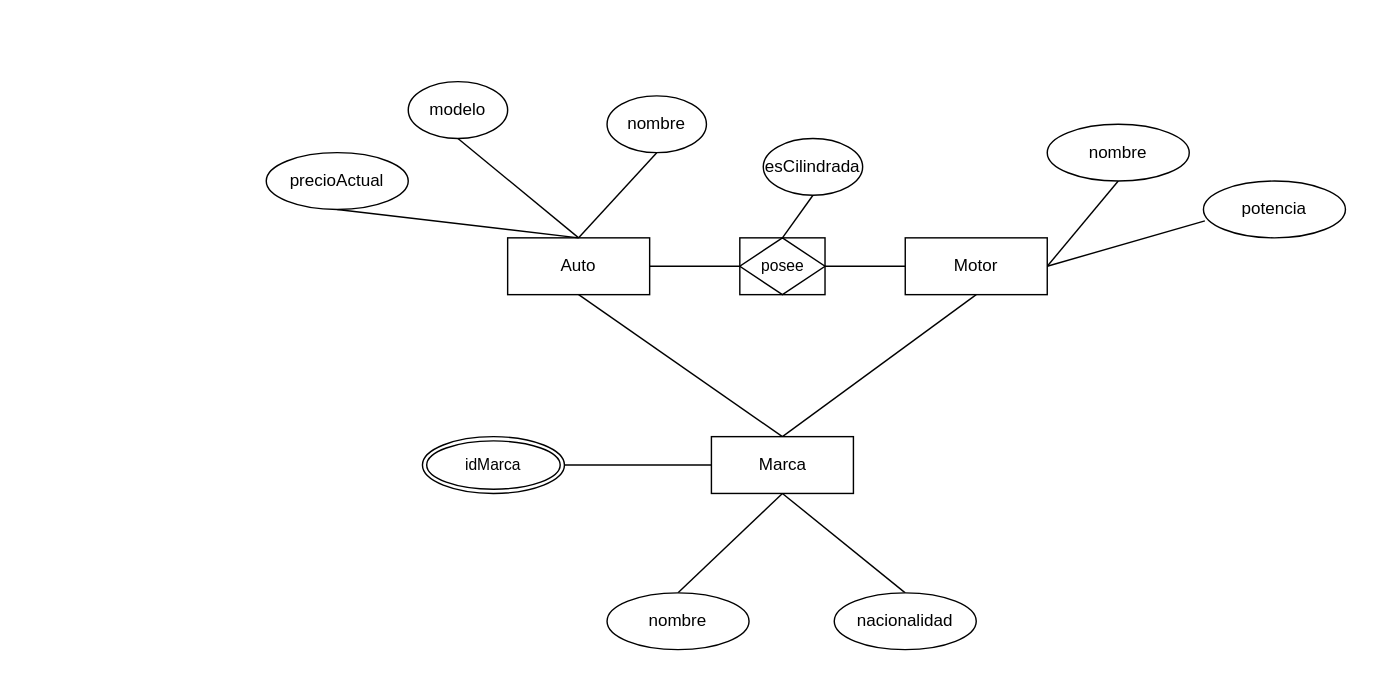
The draw.io diagram BaseDeDatos/ej8.drawio in Donnie-MS/DiagramasUML-BaseDeDatos-Objetos2, before the edit. Source tidied: cells renumbered, new cells numbered last; positions are measured from the earlier drawing's top-left corner, leaving out a move shared by most shapes. Both pictures are drawn from the tidied source at 142%, with x=0, y=0 at pixel (266, 81).
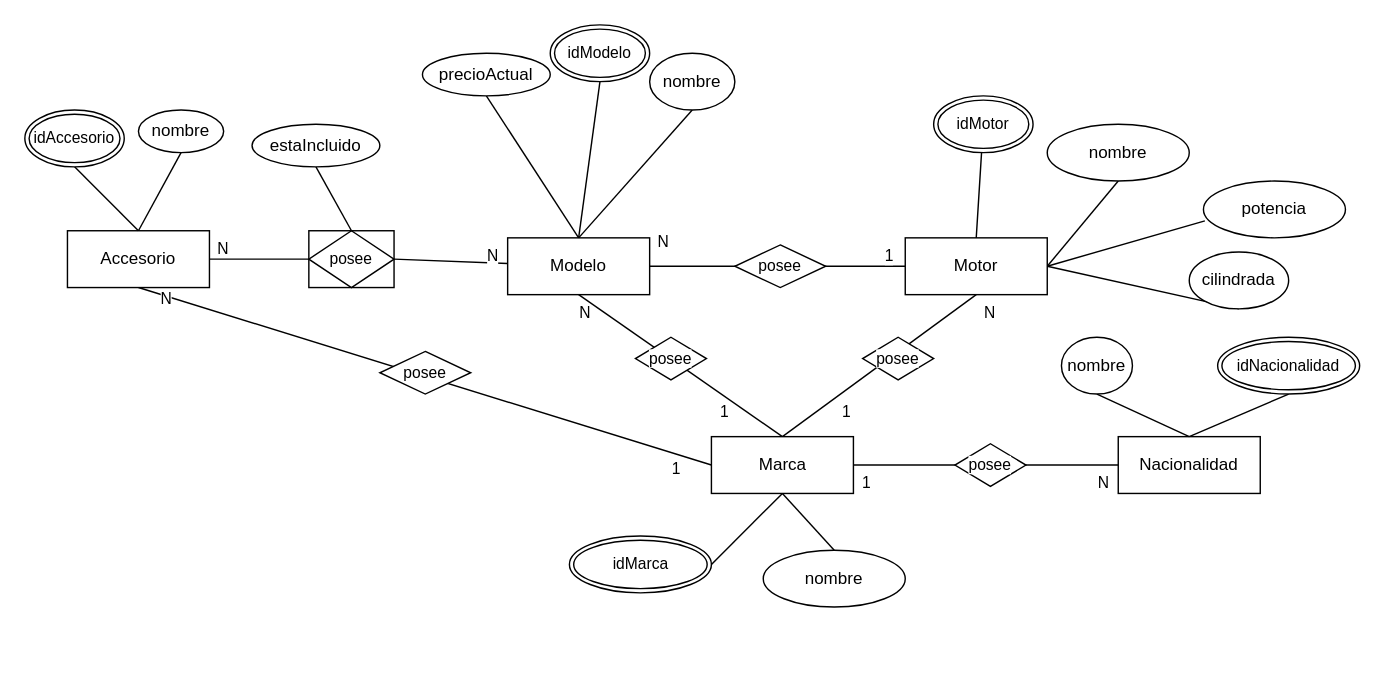
Above is the later version.

The change refers to these unchanged cells:
```xml
<mxCell id="12" value="Motor" style="whiteSpace=wrap;html=1;align=center;" parent="1" vertex="1">
  <mxGeometry x="450" y="110" width="100" height="40" as="geometry" />
</mxCell>
<mxCell id="21" value="Marca" style="whiteSpace=wrap;html=1;align=center;" parent="1" vertex="1">
  <mxGeometry x="313.5" y="250" width="100" height="40" as="geometry" />
</mxCell>
```

The edit, as a diff of the source:
```diff
@@
-    <mxCell id="2" style="edgeStyle=none;shape=connector;rounded=0;jettySize=auto;html=1;exitX=1;exitY=0.5;exitDx=0;exitDy=0;entryX=0;entryY=0.5;entryDx=0;entryDy=0;strokeColor=default;align=center;verticalAlign=middle;fontFamily=Helvetica;fontSize=11;fontColor=default;labelBackgroundColor=default;endArrow=none;" parent="1" edge="1" source="16" target="12">
-      <mxGeometry relative="1" as="geometry" />
+    <mxCell id="2" style="edgeStyle=none;shape=connector;rounded=0;jettySize=auto;html=1;exitX=1;exitY=0.5;exitDx=0;exitDy=0;entryX=0;entryY=0.5;entryDx=0;entryDy=0;strokeColor=default;align=center;verticalAlign=middle;fontFamily=Helvetica;fontSize=11;fontColor=default;labelBackgroundColor=default;endArrow=none;" parent="1" edge="1" target="12">
+      <mxGeometry relative="1" as="geometry">
+        <mxPoint x="393.5" y="130" as="sourcePoint" />
+      </mxGeometry>
     </mxCell>
-    <mxCell id="3" value="Auto" style="whiteSpace=wrap;html=1;align=center;" parent="1" vertex="1">
+    <mxCell id="3" value="Modelo" style="whiteSpace=wrap;html=1;align=center;" parent="1" vertex="1">
       <mxGeometry x="170" y="110" width="100" height="40" as="geometry" />
     </mxCell>
-    <mxCell id="4" style="edgeStyle=none;shape=connector;rounded=0;jettySize=auto;html=1;exitX=0.5;exitY=1;exitDx=0;exitDy=0;entryX=0.5;entryY=0;entryDx=0;entryDy=0;strokeColor=default;align=center;verticalAlign=middle;fontFamily=Helvetica;fontSize=11;fontColor=default;labelBackgroundColor=default;endArrow=none;" parent="1" edge="1" source="5" target="3">
+    <mxCell id="4" style="edgeStyle=none;shape=connector;rounded=0;jettySize=auto;html=1;exitX=0.5;exitY=1;exitDx=0;exitDy=0;entryX=0.5;entryY=0;entryDx=0;entryDy=0;strokeColor=default;align=center;verticalAlign=middle;fontFamily=Helvetica;fontSize=11;fontColor=default;labelBackgroundColor=default;endArrow=none;" parent="1" edge="1" source="39" target="3">
       <mxGeometry relative="1" as="geometry" />
     </mxCell>
-    <mxCell id="5" value="modelo" style="ellipse;whiteSpace=wrap;html=1;align=center;" parent="1" vertex="1">
-      <mxGeometry x="100" width="70" height="40" as="geometry" />
-    </mxCell>
@@
     <mxCell id="7" value="nombre" style="ellipse;whiteSpace=wrap;html=1;align=center;" parent="1" vertex="1">
-      <mxGeometry x="240" y="10" width="70" height="40" as="geometry" />
+      <mxGeometry x="270" y="-20" width="60" height="40" as="geometry" />
     </mxCell>
@@
     <mxCell id="9" value="precioActual" style="ellipse;whiteSpace=wrap;html=1;align=center;" parent="1" vertex="1">
-      <mxGeometry y="50" width="100" height="40" as="geometry" />
+      <mxGeometry x="110" y="-20" width="90" height="30" as="geometry" />
     </mxCell>
@@
-    <mxCell id="15" style="edgeStyle=none;shape=connector;rounded=0;jettySize=auto;html=1;exitX=1;exitY=0.5;exitDx=0;exitDy=0;entryX=0;entryY=0.5;entryDx=0;entryDy=0;strokeColor=default;align=center;verticalAlign=middle;fontFamily=Helvetica;fontSize=11;fontColor=default;labelBackgroundColor=default;endArrow=none;" parent="1" edge="1" source="3" target="16">
-      <mxGeometry relative="1" as="geometry" />
+    <mxCell id="15" style="edgeStyle=none;shape=connector;rounded=0;jettySize=auto;html=1;exitX=1;exitY=0.5;exitDx=0;exitDy=0;entryX=0;entryY=0.5;entryDx=0;entryDy=0;strokeColor=default;align=center;verticalAlign=middle;fontFamily=Helvetica;fontSize=11;fontColor=default;labelBackgroundColor=default;endArrow=none;" parent="1" edge="1" source="3">
+      <mxGeometry relative="1" as="geometry">
+        <mxPoint x="333.5" y="130" as="targetPoint" />
+      </mxGeometry>
     </mxCell>
-    <mxCell id="16" value="posee" style="shape=associativeEntity;whiteSpace=wrap;html=1;align=center;fontFamily=Helvetica;fontSize=11;fontColor=default;labelBackgroundColor=default;" parent="1" vertex="1">
-      <mxGeometry x="333.5" y="110" width="60" height="40" as="geometry" />
-    </mxCell>
-    <mxCell id="17" style="edgeStyle=none;shape=connector;rounded=0;jettySize=auto;html=1;exitX=0.5;exitY=1;exitDx=0;exitDy=0;entryX=0.5;entryY=0;entryDx=0;entryDy=0;strokeColor=default;align=center;verticalAlign=middle;fontFamily=Helvetica;fontSize=11;fontColor=default;labelBackgroundColor=default;endArrow=none;" parent="1" edge="1" source="18" target="16">
+    <mxCell id="17" style="edgeStyle=none;shape=connector;rounded=0;jettySize=auto;html=1;exitX=0.5;exitY=1;exitDx=0;exitDy=0;entryX=1;entryY=0.5;entryDx=0;entryDy=0;strokeColor=default;align=center;verticalAlign=middle;fontFamily=Helvetica;fontSize=11;fontColor=default;labelBackgroundColor=default;endArrow=none;" parent="1" edge="1" source="18" target="12">
       <mxGeometry relative="1" as="geometry" />
     </mxCell>
-    <mxCell id="18" value="esCilindrada" style="ellipse;whiteSpace=wrap;html=1;align=center;" parent="1" vertex="1">
-      <mxGeometry x="350" y="40" width="70" height="40" as="geometry" />
+    <mxCell id="18" value="cilindrada" style="ellipse;whiteSpace=wrap;html=1;align=center;" parent="1" vertex="1">
+      <mxGeometry x="650" y="120" width="70" height="40" as="geometry" />
     </mxCell>
@@
     <mxCell id="23" value="nombre" style="ellipse;whiteSpace=wrap;html=1;align=center;" parent="1" vertex="1">
-      <mxGeometry x="240" y="360" width="100" height="40" as="geometry" />
+      <mxGeometry x="350" y="330" width="100" height="40" as="geometry" />
     </mxCell>
-    <mxCell id="24" style="edgeStyle=none;shape=connector;rounded=0;jettySize=auto;html=1;exitX=1;exitY=0.5;exitDx=0;exitDy=0;strokeColor=default;align=center;verticalAlign=middle;fontFamily=Helvetica;fontSize=11;fontColor=default;labelBackgroundColor=default;endArrow=none;entryX=0;entryY=0.5;entryDx=0;entryDy=0;" parent="1" edge="1" source="25" target="21">
+    <mxCell id="24" style="edgeStyle=none;shape=connector;rounded=0;jettySize=auto;html=1;exitX=1;exitY=0.5;exitDx=0;exitDy=0;strokeColor=default;align=center;verticalAlign=middle;fontFamily=Helvetica;fontSize=11;fontColor=default;labelBackgroundColor=default;endArrow=none;entryX=0.5;entryY=1;entryDx=0;entryDy=0;" parent="1" edge="1" source="25" target="21">
       <mxGeometry relative="1" as="geometry" />
     </mxCell>
     <mxCell id="25" value="idMarca" style="ellipse;shape=doubleEllipse;margin=3;whiteSpace=wrap;html=1;align=center;fontFamily=Helvetica;fontSize=11;fontColor=default;labelBackgroundColor=default;" parent="1" vertex="1">
-      <mxGeometry x="110" y="250" width="100" height="40" as="geometry" />
+      <mxGeometry x="213.5" y="320" width="100" height="40" as="geometry" />
     </mxCell>
-    <mxCell id="26" style="edgeStyle=none;shape=connector;rounded=0;jettySize=auto;html=1;exitX=0.5;exitY=0;exitDx=0;exitDy=0;entryX=0.5;entryY=1;entryDx=0;entryDy=0;strokeColor=default;align=center;verticalAlign=middle;fontFamily=Helvetica;fontSize=11;fontColor=default;labelBackgroundColor=default;endArrow=none;" parent="1" edge="1" source="27" target="21">
+    <mxCell id="26" style="edgeStyle=none;shape=connector;rounded=0;jettySize=auto;html=1;exitX=0;exitY=0.5;exitDx=0;exitDy=0;entryX=1;entryY=0.5;entryDx=0;entryDy=0;strokeColor=default;align=center;verticalAlign=middle;fontFamily=Helvetica;fontSize=11;fontColor=default;labelBackgroundColor=default;endArrow=none;" parent="1" edge="1" source="49" target="21">
       <mxGeometry relative="1" as="geometry" />
     </mxCell>
-    <mxCell id="27" value="nacionalidad" style="ellipse;whiteSpace=wrap;html=1;align=center;" parent="1" vertex="1">
-      <mxGeometry x="400" y="360" width="100" height="40" as="geometry" />
-    </mxCell>
+    <mxCell id="28" style="edgeStyle=none;shape=connector;rounded=0;jettySize=auto;html=1;exitX=0.5;exitY=0;exitDx=0;exitDy=0;entryX=0.5;entryY=1;entryDx=0;entryDy=0;strokeColor=default;align=center;verticalAlign=middle;fontFamily=Helvetica;fontSize=11;fontColor=default;labelBackgroundColor=default;endArrow=none;" parent="1" edge="1" target="29">
+      <mxGeometry relative="1" as="geometry">
+        <mxPoint x="630" y="270" as="sourcePoint" />
+      </mxGeometry>
+    </mxCell>
+    <mxCell id="29" value="Nacionalidad" style="whiteSpace=wrap;html=1;align=center;" parent="1" vertex="1">
+      <mxGeometry x="600" y="250" width="100" height="40" as="geometry" />
+    </mxCell>
+    <mxCell id="30" style="edgeStyle=none;shape=connector;rounded=0;jettySize=auto;html=1;exitX=0.5;exitY=1;exitDx=0;exitDy=0;entryX=0.5;entryY=0;entryDx=0;entryDy=0;strokeColor=default;align=center;verticalAlign=middle;fontFamily=Helvetica;fontSize=11;fontColor=default;labelBackgroundColor=default;endArrow=none;" parent="1" edge="1" source="31" target="29">
+      <mxGeometry relative="1" as="geometry" />
+    </mxCell>
+    <mxCell id="31" value="nombre" style="ellipse;whiteSpace=wrap;html=1;align=center;" parent="1" vertex="1">
+      <mxGeometry x="560" y="180" width="50" height="40" as="geometry" />
+    </mxCell>
+    <mxCell id="32" style="edgeStyle=none;shape=connector;rounded=0;orthogonalLoop=1;jettySize=auto;html=1;exitX=1;exitY=0.5;exitDx=0;exitDy=0;strokeColor=default;align=center;verticalAlign=middle;fontFamily=Helvetica;fontSize=11;fontColor=default;labelBackgroundColor=default;endArrow=none;" parent="1" edge="1" source="31" target="31">
+      <mxGeometry relative="1" as="geometry" />
+    </mxCell>
+    <mxCell id="33" style="edgeStyle=none;shape=connector;rounded=0;jettySize=auto;html=1;exitX=0.5;exitY=1;exitDx=0;exitDy=0;entryX=0.5;entryY=0;entryDx=0;entryDy=0;strokeColor=default;align=center;verticalAlign=middle;fontFamily=Helvetica;fontSize=11;fontColor=default;labelBackgroundColor=default;endArrow=none;" parent="1" edge="1" source="34" target="29">
+      <mxGeometry relative="1" as="geometry" />
+    </mxCell>
+    <mxCell id="34" value="idNacionalidad" style="ellipse;shape=doubleEllipse;margin=3;whiteSpace=wrap;html=1;align=center;fontFamily=Helvetica;fontSize=11;fontColor=default;labelBackgroundColor=default;" parent="1" vertex="1">
+      <mxGeometry x="670" y="180" width="100" height="40" as="geometry" />
+    </mxCell>
+    <mxCell id="35" value="1" style="text;strokeColor=none;fillColor=none;spacingLeft=4;spacingRight=4;overflow=hidden;fontSize=11;whiteSpace=wrap;html=1;fontFamily=Helvetica;fontColor=default;labelBackgroundColor=default;" parent="1" vertex="1">
+      <mxGeometry x="313.5" y="220" width="40" height="30" as="geometry" />
+    </mxCell>
+    <mxCell id="36" value="N" style="text;strokeColor=none;fillColor=none;spacingLeft=4;spacingRight=4;overflow=hidden;points=[[0,0.5],[1,0.5]];portConstraint=eastwest;fontSize=11;whiteSpace=wrap;html=1;fontFamily=Helvetica;fontColor=default;labelBackgroundColor=default;" parent="1" vertex="1">
+      <mxGeometry x="215" y="150" width="40" height="30" as="geometry" />
+    </mxCell>
+    <mxCell id="37" value="1" style="text;strokeColor=none;fillColor=none;spacingLeft=4;spacingRight=4;overflow=hidden;fontSize=11;whiteSpace=wrap;html=1;fontFamily=Helvetica;fontColor=default;labelBackgroundColor=default;" parent="1" vertex="1">
+      <mxGeometry x="430" y="110" width="40" height="30" as="geometry" />
+    </mxCell>
+    <mxCell id="38" value="N" style="text;strokeColor=none;fillColor=none;spacingLeft=4;spacingRight=4;overflow=hidden;fontSize=11;whiteSpace=wrap;html=1;fontFamily=Helvetica;fontColor=default;labelBackgroundColor=default;" parent="1" vertex="1">
+      <mxGeometry x="270" y="100" width="40" height="30" as="geometry" />
+    </mxCell>
+    <mxCell id="39" value="idModelo" style="ellipse;shape=doubleEllipse;margin=3;whiteSpace=wrap;html=1;align=center;fontFamily=Helvetica;fontSize=11;fontColor=default;labelBackgroundColor=default;" parent="1" vertex="1">
+      <mxGeometry x="200" y="-40" width="70" height="40" as="geometry" />
+    </mxCell>
+    <mxCell id="40" style="edgeStyle=none;shape=connector;rounded=0;jettySize=auto;html=1;strokeColor=default;align=center;verticalAlign=middle;fontFamily=Helvetica;fontSize=11;fontColor=default;labelBackgroundColor=default;endArrow=none;entryX=0.5;entryY=0;entryDx=0;entryDy=0;" parent="1" edge="1" source="41" target="12">
+      <mxGeometry relative="1" as="geometry" />
+    </mxCell>
+    <mxCell id="41" value="idMotor" style="ellipse;shape=doubleEllipse;margin=3;whiteSpace=wrap;html=1;align=center;fontFamily=Helvetica;fontSize=11;fontColor=default;labelBackgroundColor=default;" parent="1" vertex="1">
+      <mxGeometry x="470" y="10" width="70" height="40" as="geometry" />
+    </mxCell>
+    <mxCell id="42" value="1" style="text;strokeColor=none;fillColor=none;spacingLeft=4;spacingRight=4;overflow=hidden;fontSize=11;whiteSpace=wrap;html=1;fontFamily=Helvetica;fontColor=default;labelBackgroundColor=default;" parent="1" vertex="1">
+      <mxGeometry x="400" y="220" width="20" height="30" as="geometry" />
+    </mxCell>
+    <mxCell id="43" value="N" style="text;strokeColor=none;fillColor=none;spacingLeft=4;spacingRight=4;overflow=hidden;fontSize=11;whiteSpace=wrap;html=1;fontFamily=Helvetica;fontColor=default;labelBackgroundColor=default;" parent="1" vertex="1">
+      <mxGeometry x="500" y="150" width="20" height="30" as="geometry" />
+    </mxCell>
+    <mxCell id="44" value="N" style="text;strokeColor=none;fillColor=none;spacingLeft=4;spacingRight=4;overflow=hidden;fontSize=11;whiteSpace=wrap;html=1;fontFamily=Helvetica;fontColor=default;labelBackgroundColor=default;" parent="1" vertex="1">
+      <mxGeometry x="580" y="270" width="20" height="30" as="geometry" />
+    </mxCell>
+    <mxCell id="45" value="posee" style="shape=rhombus;perimeter=rhombusPerimeter;whiteSpace=wrap;html=1;align=center;fontFamily=Helvetica;fontSize=11;fontColor=default;labelBackgroundColor=default;" parent="1" vertex="1">
+      <mxGeometry x="420" y="180" width="50" height="30" as="geometry" />
+    </mxCell>
+    <mxCell id="46" value="posee" style="shape=rhombus;perimeter=rhombusPerimeter;whiteSpace=wrap;html=1;align=center;fontFamily=Helvetica;fontSize=11;fontColor=default;labelBackgroundColor=default;" parent="1" vertex="1">
+      <mxGeometry x="260" y="180" width="50" height="30" as="geometry" />
+    </mxCell>
+    <mxCell id="47" value="1" style="text;strokeColor=none;fillColor=none;spacingLeft=4;spacingRight=4;overflow=hidden;fontSize=11;whiteSpace=wrap;html=1;fontFamily=Helvetica;fontColor=default;labelBackgroundColor=default;" parent="1" vertex="1">
+      <mxGeometry x="413.5" y="270" width="20" height="30" as="geometry" />
+    </mxCell>
+    <mxCell id="48" style="edgeStyle=none;shape=connector;rounded=0;jettySize=auto;html=1;exitX=0;exitY=0.5;exitDx=0;exitDy=0;entryX=1;entryY=0.5;entryDx=0;entryDy=0;strokeColor=default;align=center;verticalAlign=middle;fontFamily=Helvetica;fontSize=11;fontColor=default;labelBackgroundColor=default;endArrow=none;" parent="1" edge="1" source="29" target="49">
+      <mxGeometry relative="1" as="geometry" />
+    </mxCell>
+    <mxCell id="49" value="posee" style="shape=rhombus;perimeter=rhombusPerimeter;whiteSpace=wrap;html=1;align=center;fontFamily=Helvetica;fontSize=11;fontColor=default;labelBackgroundColor=default;" parent="1" vertex="1">
+      <mxGeometry x="485" y="255" width="50" height="30" as="geometry" />
+    </mxCell>
+    <mxCell id="50" style="edgeStyle=none;shape=connector;rounded=0;jettySize=auto;html=1;exitX=1;exitY=0.5;exitDx=0;exitDy=0;strokeColor=default;align=center;verticalAlign=middle;fontFamily=Helvetica;fontSize=11;fontColor=default;labelBackgroundColor=default;endArrow=none;" parent="1" edge="1" source="16" target="3">
+      <mxGeometry relative="1" as="geometry" />
+    </mxCell>
+    <mxCell id="51" style="edgeStyle=none;shape=connector;rounded=0;jettySize=auto;html=1;exitX=0.5;exitY=1;exitDx=0;exitDy=0;entryX=0;entryY=0.5;entryDx=0;entryDy=0;strokeColor=default;align=center;verticalAlign=middle;fontFamily=Helvetica;fontSize=11;fontColor=default;labelBackgroundColor=default;endArrow=none;" parent="1" edge="1" source="52" target="21">
+      <mxGeometry relative="1" as="geometry" />
+    </mxCell>
+    <mxCell id="52" value="Accesorio" style="whiteSpace=wrap;html=1;align=center;" parent="1" vertex="1">
+      <mxGeometry x="-140" y="105" width="100" height="40" as="geometry" />
+    </mxCell>
+    <mxCell id="53" style="edgeStyle=none;shape=connector;rounded=0;orthogonalLoop=1;jettySize=auto;html=1;exitX=0;exitY=0.5;exitDx=0;exitDy=0;strokeColor=default;align=center;verticalAlign=middle;fontFamily=Helvetica;fontSize=11;fontColor=default;labelBackgroundColor=default;endArrow=none;" parent="1" edge="1" source="36" target="36">
+      <mxGeometry relative="1" as="geometry" />
+    </mxCell>
+    <mxCell id="54" style="edgeStyle=none;shape=connector;rounded=0;orthogonalLoop=1;jettySize=auto;html=1;exitX=0;exitY=0.5;exitDx=0;exitDy=0;strokeColor=default;align=center;verticalAlign=middle;fontFamily=Helvetica;fontSize=11;fontColor=default;labelBackgroundColor=default;endArrow=none;" parent="1" edge="1" source="39" target="39">
+      <mxGeometry relative="1" as="geometry" />
+    </mxCell>
+    <mxCell id="55" value="N" style="text;strokeColor=none;fillColor=none;spacingLeft=4;spacingRight=4;overflow=hidden;fontSize=11;whiteSpace=wrap;html=1;fontFamily=Helvetica;fontColor=default;labelBackgroundColor=default;" parent="1" vertex="1">
+      <mxGeometry x="-40" y="105" width="20" height="30" as="geometry" />
+    </mxCell>
+    <mxCell id="56" value="N" style="text;strokeColor=none;fillColor=none;spacingLeft=4;spacingRight=4;overflow=hidden;fontSize=11;whiteSpace=wrap;html=1;fontFamily=Helvetica;fontColor=default;labelBackgroundColor=default;" parent="1" vertex="1">
+      <mxGeometry x="150" y="110" width="40" height="30" as="geometry" />
+    </mxCell>
+    <mxCell id="57" style="edgeStyle=none;shape=connector;rounded=0;jettySize=auto;html=1;exitX=1;exitY=0.5;exitDx=0;exitDy=0;strokeColor=default;align=center;verticalAlign=middle;fontFamily=Helvetica;fontSize=11;fontColor=default;labelBackgroundColor=default;endArrow=none;" parent="1" edge="1" source="52" target="16">
+      <mxGeometry relative="1" as="geometry" />
+    </mxCell>
+    <mxCell id="16" value="posee" style="shape=associativeEntity;whiteSpace=wrap;html=1;align=center;fontFamily=Helvetica;fontSize=11;fontColor=default;labelBackgroundColor=default;" parent="1" vertex="1">
+      <mxGeometry x="30" y="105" width="60" height="40" as="geometry" />
+    </mxCell>
+    <mxCell id="58" value="posee" style="shape=rhombus;perimeter=rhombusPerimeter;whiteSpace=wrap;html=1;align=center;fontFamily=Helvetica;fontSize=11;fontColor=default;labelBackgroundColor=default;" parent="1" vertex="1">
+      <mxGeometry x="330" y="115" width="64" height="30" as="geometry" />
+    </mxCell>
+    <mxCell id="59" style="edgeStyle=none;shape=connector;rounded=0;jettySize=auto;html=1;exitX=0.5;exitY=1;exitDx=0;exitDy=0;entryX=0.5;entryY=0;entryDx=0;entryDy=0;strokeColor=default;align=center;verticalAlign=middle;fontFamily=Helvetica;fontSize=11;fontColor=default;labelBackgroundColor=default;endArrow=none;" parent="1" edge="1" source="60" target="16">
+      <mxGeometry relative="1" as="geometry" />
+    </mxCell>
+    <mxCell id="60" value="estaIncluido" style="ellipse;whiteSpace=wrap;html=1;align=center;" parent="1" vertex="1">
+      <mxGeometry x="-10" y="30" width="90" height="30" as="geometry" />
+    </mxCell>
+    <mxCell id="61" style="edgeStyle=none;shape=connector;rounded=0;jettySize=auto;html=1;exitX=0.5;exitY=1;exitDx=0;exitDy=0;entryX=0.5;entryY=0;entryDx=0;entryDy=0;strokeColor=default;align=center;verticalAlign=middle;fontFamily=Helvetica;fontSize=11;fontColor=default;labelBackgroundColor=default;endArrow=none;" parent="1" edge="1" source="62" target="52">
+      <mxGeometry relative="1" as="geometry" />
+    </mxCell>
+    <mxCell id="62" value="nombre" style="ellipse;whiteSpace=wrap;html=1;align=center;" parent="1" vertex="1">
+      <mxGeometry x="-90" y="20" width="60" height="30" as="geometry" />
+    </mxCell>
+    <mxCell id="63" style="edgeStyle=none;shape=connector;rounded=0;jettySize=auto;html=1;exitX=0.5;exitY=1;exitDx=0;exitDy=0;entryX=0.5;entryY=0;entryDx=0;entryDy=0;strokeColor=default;align=center;verticalAlign=middle;fontFamily=Helvetica;fontSize=11;fontColor=default;labelBackgroundColor=default;endArrow=none;" parent="1" edge="1" source="64" target="52">
+      <mxGeometry relative="1" as="geometry" />
+    </mxCell>
+    <mxCell id="64" value="idAccesorio" style="ellipse;shape=doubleEllipse;margin=3;whiteSpace=wrap;html=1;align=center;fontFamily=Helvetica;fontSize=11;fontColor=default;labelBackgroundColor=default;" parent="1" vertex="1">
+      <mxGeometry x="-170" y="20" width="70" height="40" as="geometry" />
+    </mxCell>
+    <mxCell id="65" value="posee" style="shape=rhombus;perimeter=rhombusPerimeter;whiteSpace=wrap;html=1;align=center;fontFamily=Helvetica;fontSize=11;fontColor=default;labelBackgroundColor=default;" parent="1" vertex="1">
+      <mxGeometry x="80" y="190" width="64" height="30" as="geometry" />
+    </mxCell>
+    <mxCell id="66" value="1" style="text;strokeColor=none;fillColor=none;spacingLeft=4;spacingRight=4;overflow=hidden;fontSize=11;whiteSpace=wrap;html=1;fontFamily=Helvetica;fontColor=default;labelBackgroundColor=default;" parent="1" vertex="1">
+      <mxGeometry x="280" y="260" width="40" height="30" as="geometry" />
+    </mxCell>
+    <mxCell id="67" value="N" style="text;strokeColor=none;fillColor=none;spacingLeft=4;spacingRight=4;overflow=hidden;fontSize=11;whiteSpace=wrap;html=1;fontFamily=Helvetica;fontColor=default;labelBackgroundColor=default;" parent="1" vertex="1">
+      <mxGeometry x="-80" y="140" width="40" height="30" as="geometry" />
+    </mxCell>
```
